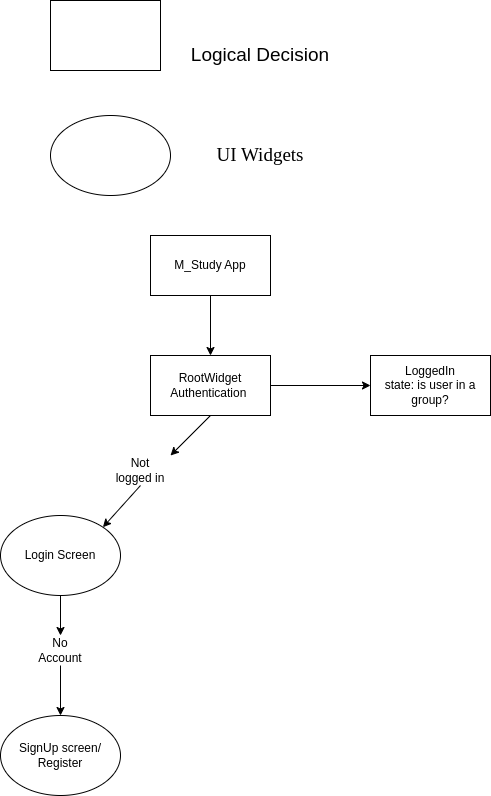
Earlier version of the draw.io export m_study.png (Orion-33/m-study). Source tidied: cells renumbered, new cells last; positions are measured from the earlier drawing's top-left corner, leaving out a move shared by most shapes.
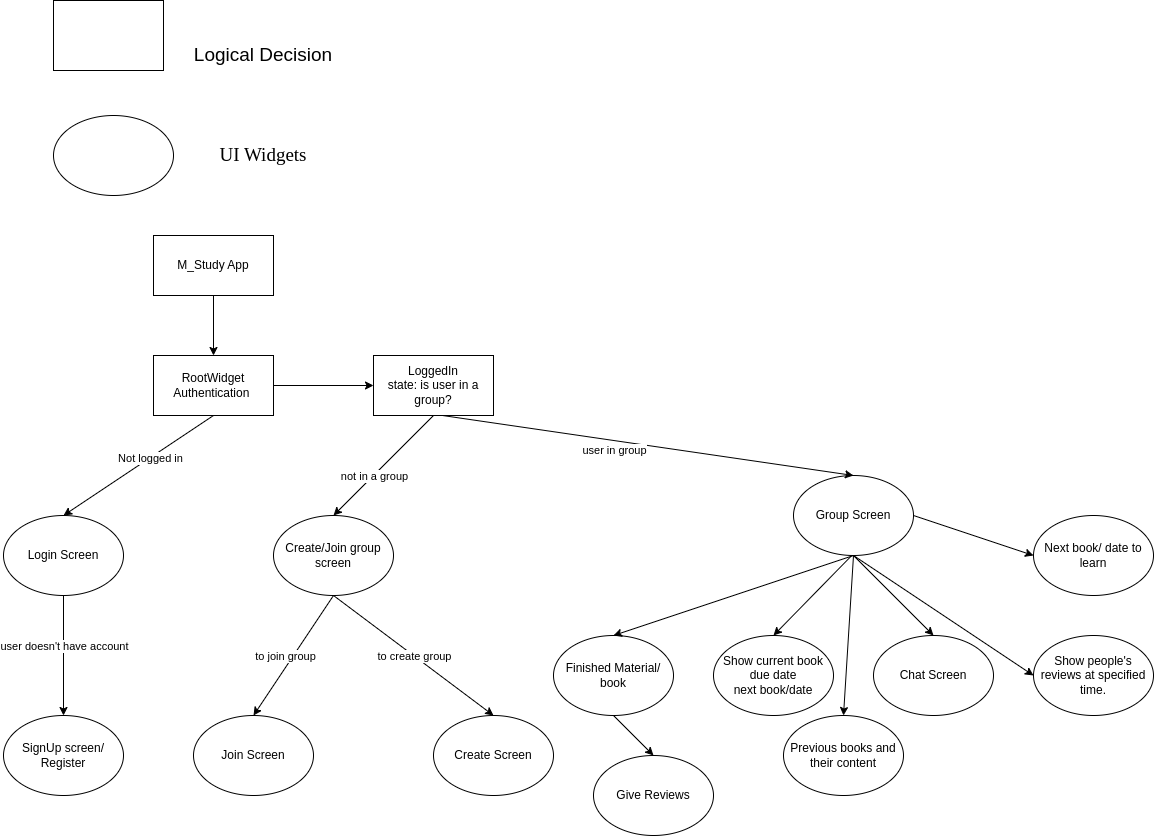
After the change.

What changed in the source:
```diff
@@ -26,26 +26,20 @@
     <mxCell id="9" style="endArrow=classic;html=1;rounded=0;exitX=0.5;exitY=1;exitDx=0;exitDy=0;entryX=0.5;entryY=0;entryDx=0;entryDy=0;" parent="1" edge="1" source="6" target="7">
       <mxGeometry relative="1" as="geometry" />
     </mxCell>
-    <mxCell id="10" style="endArrow=classic;html=1;rounded=0;entryX=1;entryY=0;entryDx=0;entryDy=0;exitX=0.5;exitY=1;exitDx=0;exitDy=0;" parent="1" edge="1" source="12" target="8">
-      <mxGeometry relative="1" as="geometry" />
-    </mxCell>
-    <mxCell id="11" style="endArrow=classic;html=1;rounded=0;entryX=1;entryY=0;entryDx=0;entryDy=0;exitX=0.5;exitY=1;exitDx=0;exitDy=0;" parent="1" edge="1" source="7" target="12">
+    <mxCell id="11" style="endArrow=classic;html=1;rounded=0;entryX=0.5;entryY=0;entryDx=0;entryDy=0;exitX=0.5;exitY=1;exitDx=0;exitDy=0;" parent="1" edge="1" source="7" target="8">
       <mxGeometry relative="1" as="geometry" />
     </mxCell>
-    <mxCell id="12" value="Not logged in" style="text;html=1;strokeColor=none;fillColor=none;align=center;verticalAlign=middle;whiteSpace=wrap;rounded=0;" parent="1" vertex="1">
-      <mxGeometry x="110" y="455" width="60" height="30" as="geometry" />
+    <mxCell id="12" value="Not logged in" style="edgeLabel;html=1;align=center;verticalAlign=middle;points=[];" parent="11" vertex="1">
+      <mxGeometry x="-0.14" relative="1" as="geometry" />
     </mxCell>
-    <mxCell id="13" style="endArrow=classic;html=1;rounded=0;exitX=0.5;exitY=1;exitDx=0;exitDy=0;" parent="1" edge="1" source="15">
-      <mxGeometry relative="1" as="geometry">
-        <mxPoint x="60" y="715" as="targetPoint" />
-      </mxGeometry>
-    </mxCell>
-    <mxCell id="14" style="endArrow=classic;html=1;rounded=0;exitX=0.5;exitY=1;exitDx=0;exitDy=0;" parent="1" edge="1" source="8" target="15">
+    <mxCell id="14" style="endArrow=classic;html=1;rounded=0;exitX=0.5;exitY=1;exitDx=0;exitDy=0;entryX=0.5;entryY=0;entryDx=0;entryDy=0;" parent="1" edge="1" source="8" target="16">
       <mxGeometry relative="1" as="geometry" />
     </mxCell>
-    <mxCell id="15" value="No Account" style="text;html=1;strokeColor=none;fillColor=none;align=center;verticalAlign=middle;whiteSpace=wrap;rounded=0;" parent="1" vertex="1">
-      <mxGeometry x="30" y="635" width="60" height="30" as="geometry" />
-    </mxCell>
+    <mxCell id="19" value="user doesn't have account" style="edgeLabel;html=1;align=center;verticalAlign=middle;" parent="14" vertex="1">
+      <mxGeometry x="0.33" y="-1" relative="1" as="geometry">
+        <mxPoint x="1" y="-30" as="offset" />
+      </mxGeometry>
+    </mxCell>
     <mxCell id="16" value="SignUp screen/ Register" style="ellipse;whiteSpace=wrap;html=1;" parent="1" vertex="1">
       <mxGeometry y="715" width="120" height="80" as="geometry" />
     </mxCell>
@@ -55,5 +49,91 @@
     <mxCell id="18" style="endArrow=classic;html=1;rounded=0;entryX=0;entryY=0.5;entryDx=0;entryDy=0;exitX=1;exitY=0.5;exitDx=0;exitDy=0;" parent="1" edge="1" source="7" target="17">
       <mxGeometry relative="1" as="geometry" />
     </mxCell>
+    <mxCell id="20" value="Create/Join group screen" style="ellipse;whiteSpace=wrap;html=1;" parent="1" vertex="1">
+      <mxGeometry x="270" y="515" width="120" height="80" as="geometry" />
+    </mxCell>
+    <mxCell id="21" value="Group Screen" style="ellipse;whiteSpace=wrap;html=1;" parent="1" vertex="1">
+      <mxGeometry x="790" y="475" width="120" height="80" as="geometry" />
+    </mxCell>
+    <mxCell id="22" style="endArrow=classic;html=1;rounded=0;entryX=0.5;entryY=0;entryDx=0;entryDy=0;exitX=0.575;exitY=1;exitDx=0;exitDy=0;exitPerimeter=0;" parent="1" edge="1" source="17" target="21">
+      <mxGeometry relative="1" as="geometry" />
+    </mxCell>
+    <mxCell id="23" value="user in group" style="edgeLabel;html=1;align=center;verticalAlign=middle;" parent="22" vertex="1">
+      <mxGeometry x="-0.25" y="1" relative="1" as="geometry">
+        <mxPoint x="16" y="13" as="offset" />
+      </mxGeometry>
+    </mxCell>
+    <mxCell id="24" style="endArrow=classic;html=1;rounded=0;entryX=0.5;entryY=0;entryDx=0;entryDy=0;exitX=0.5;exitY=1;exitDx=0;exitDy=0;" parent="1" edge="1" source="17" target="20">
+      <mxGeometry relative="1" as="geometry" />
+    </mxCell>
+    <mxCell id="25" value="not in a group" style="edgeLabel;html=1;align=center;verticalAlign=middle;" parent="24" vertex="1">
+      <mxGeometry x="-0.17" y="2" relative="1" as="geometry">
+        <mxPoint x="-20" y="17" as="offset" />
+      </mxGeometry>
+    </mxCell>
+    <mxCell id="26" value="Join Screen" style="ellipse;whiteSpace=wrap;html=1;" parent="1" vertex="1">
+      <mxGeometry x="190" y="715" width="120" height="80" as="geometry" />
+    </mxCell>
+    <mxCell id="27" value="Create Screen" style="ellipse;whiteSpace=wrap;html=1;" parent="1" vertex="1">
+      <mxGeometry x="430" y="715" width="120" height="80" as="geometry" />
+    </mxCell>
+    <mxCell id="28" style="endArrow=classic;html=1;rounded=0;exitX=0.5;exitY=1;exitDx=0;exitDy=0;entryX=0.5;entryY=0;entryDx=0;entryDy=0;" parent="1" edge="1" source="20" target="26">
+      <mxGeometry relative="1" as="geometry" />
+    </mxCell>
+    <mxCell id="29" value="to join group" style="edgeLabel;html=1;align=center;verticalAlign=middle;" parent="28" vertex="1">
+      <mxGeometry x="0.21" y="1" relative="1" as="geometry">
+        <mxPoint x="-1" y="-13" as="offset" />
+      </mxGeometry>
+    </mxCell>
+    <mxCell id="30" style="endArrow=classic;html=1;rounded=0;exitX=0.5;exitY=1;exitDx=0;exitDy=0;entryX=0.5;entryY=0;entryDx=0;entryDy=0;" parent="1" edge="1" source="20" target="27">
+      <mxGeometry relative="1" as="geometry" />
+    </mxCell>
+    <mxCell id="31" value="to create group" style="edgeLabel;html=1;align=center;verticalAlign=middle;" parent="30" vertex="1">
+      <mxGeometry x="0.22" y="1" relative="1" as="geometry">
+        <mxPoint x="-18" y="-12" as="offset" />
+      </mxGeometry>
+    </mxCell>
+    <mxCell id="32" value="Finished Material/ book" style="ellipse;whiteSpace=wrap;html=1;" parent="1" vertex="1">
+      <mxGeometry x="550" y="635" width="120" height="80" as="geometry" />
+    </mxCell>
+    <mxCell id="33" value="Give Reviews" style="ellipse;whiteSpace=wrap;html=1;" parent="1" vertex="1">
+      <mxGeometry x="590" y="755" width="120" height="80" as="geometry" />
+    </mxCell>
+    <mxCell id="34" style="endArrow=classic;html=1;rounded=0;entryX=0.5;entryY=0;entryDx=0;entryDy=0;exitX=0.5;exitY=1;exitDx=0;exitDy=0;" parent="1" edge="1" source="21" target="32">
+      <mxGeometry relative="1" as="geometry" />
+    </mxCell>
+    <mxCell id="35" style="endArrow=classic;html=1;rounded=0;entryX=0.5;entryY=0;entryDx=0;entryDy=0;exitX=0.5;exitY=1;exitDx=0;exitDy=0;" parent="1" edge="1" source="32" target="33">
+      <mxGeometry relative="1" as="geometry" />
+    </mxCell>
+    <mxCell id="36" value="Show current book&lt;br&gt;due date&lt;br&gt;next book/date" style="ellipse;whiteSpace=wrap;html=1;" parent="1" vertex="1">
+      <mxGeometry x="710" y="635" width="120" height="80" as="geometry" />
+    </mxCell>
+    <mxCell id="37" style="endArrow=classic;html=1;rounded=0;entryX=0.5;entryY=0;entryDx=0;entryDy=0;exitX=0.483;exitY=1.004;exitDx=0;exitDy=0;exitPerimeter=0;" parent="1" edge="1" source="21" target="36">
+      <mxGeometry relative="1" as="geometry" />
+    </mxCell>
+    <mxCell id="38" value="Chat Screen" style="ellipse;whiteSpace=wrap;html=1;" parent="1" vertex="1">
+      <mxGeometry x="870" y="635" width="120" height="80" as="geometry" />
+    </mxCell>
+    <mxCell id="39" style="endArrow=classic;html=1;rounded=0;entryX=0.5;entryY=0;entryDx=0;entryDy=0;exitX=0.5;exitY=1;exitDx=0;exitDy=0;" parent="1" edge="1" source="21" target="38">
+      <mxGeometry relative="1" as="geometry" />
+    </mxCell>
+    <mxCell id="40" style="endArrow=classic;html=1;rounded=0;entryX=0.5;entryY=0;entryDx=0;entryDy=0;exitX=0.5;exitY=1;exitDx=0;exitDy=0;" parent="1" edge="1" source="21" target="41">
+      <mxGeometry relative="1" as="geometry" />
+    </mxCell>
+    <mxCell id="41" value="Previous books and their content" style="ellipse;whiteSpace=wrap;html=1;" parent="1" vertex="1">
+      <mxGeometry x="780" y="715" width="120" height="80" as="geometry" />
+    </mxCell>
+    <mxCell id="42" value="Show people's reviews at specified time." style="ellipse;whiteSpace=wrap;html=1;" parent="1" vertex="1">
+      <mxGeometry x="1030" y="635" width="120" height="80" as="geometry" />
+    </mxCell>
+    <mxCell id="43" style="endArrow=classic;html=1;rounded=0;exitX=0.5;exitY=1;exitDx=0;exitDy=0;entryX=0;entryY=0.5;entryDx=0;entryDy=0;" parent="1" edge="1" source="21" target="42">
+      <mxGeometry relative="1" as="geometry" />
+    </mxCell>
+    <mxCell id="44" value="Next book/ date to learn" style="ellipse;whiteSpace=wrap;html=1;" parent="1" vertex="1">
+      <mxGeometry x="1030" y="515" width="120" height="80" as="geometry" />
+    </mxCell>
+    <mxCell id="45" style="endArrow=classic;html=1;rounded=0;exitX=1;exitY=0.5;exitDx=0;exitDy=0;entryX=0;entryY=0.5;entryDx=0;entryDy=0;" parent="1" edge="1" source="21" target="44">
+      <mxGeometry relative="1" as="geometry" />
+    </mxCell>
   </root>
 </mxGraphModel>
```
